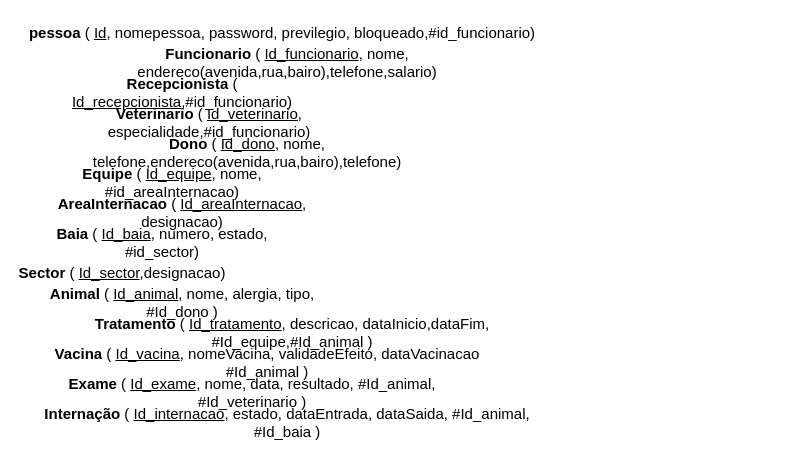
Before: page "Mapeamento" (2 of 8) of modelagem_banco-de-dados/ClinicaVeterianaria.drawio in JeanJacquesNS/clinica-veterinaria, a draw.io diagram. Source tidied: cells renumbered, new cells numbered last; positions are measured from the earlier drawing's top-left corner, leaving out a move shared by most shapes. Both pictures are drawn from the tidied source at 100%, with x=0, y=0 at pixel (17, 17).
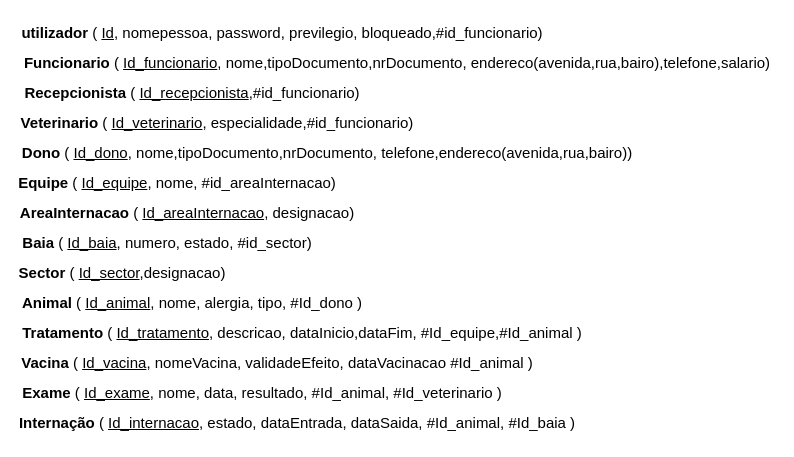
The same page after the edit.

What changed in the source:
```diff
@@
 <mxGraphModel>
   <root>
     <mxCell id="0" />
     <mxCell id="1" parent="0" />
-    <mxCell id="2" value="&lt;b&gt;pessoa&lt;/b&gt; ( &lt;u&gt;Id&lt;/u&gt;, nomepessoa, password, previlegio, bloqueado,#id_funcionario)" style="text;html=1;strokeColor=none;fillColor=none;align=center;verticalAlign=middle;whiteSpace=wrap;rounded=0;fontSize=15;" parent="1" vertex="1">
+    <mxCell id="2" value="&lt;b&gt;utilizador&lt;/b&gt; ( &lt;u&gt;Id&lt;/u&gt;, nomepessoa, password, previlegio, bloqueado,#id_funcionario)" style="text;html=1;strokeColor=none;fillColor=none;align=center;verticalAlign=middle;whiteSpace=wrap;rounded=0;fontSize=15;" parent="1" vertex="1">
       <mxGeometry width="530" height="30" as="geometry" />
     </mxCell>
-    <mxCell id="3" value="&lt;b&gt;Funcionario&lt;/b&gt; ( &lt;u&gt;Id_funcionario&lt;/u&gt;, nome, endereco(avenida,rua,bairo),telefone,salario)" style="text;html=1;strokeColor=none;fillColor=none;align=center;verticalAlign=middle;whiteSpace=wrap;rounded=0;fontSize=15;" parent="1" vertex="1">
-      <mxGeometry y="30" width="540" height="30" as="geometry" />
+    <mxCell id="3" value="&lt;b&gt;Funcionario&lt;/b&gt; ( &lt;u&gt;Id_funcionario&lt;/u&gt;, nome,tipoDocumento,nrDocumento, endereco(avenida,rua,bairo),telefone,salario)" style="text;html=1;strokeColor=none;fillColor=none;align=center;verticalAlign=middle;whiteSpace=wrap;rounded=0;fontSize=15;" parent="1" vertex="1">
+      <mxGeometry y="30" width="760" height="30" as="geometry" />
     </mxCell>
-    <mxCell id="4" value="&lt;b&gt;Dono&lt;/b&gt; ( &lt;u&gt;Id_dono&lt;/u&gt;, nome, telefone,endereco(avenida,rua,bairo),telefone)" style="text;html=1;strokeColor=none;fillColor=none;align=center;verticalAlign=middle;whiteSpace=wrap;rounded=0;fontSize=15;" parent="1" vertex="1">
-      <mxGeometry y="120" width="460" height="30" as="geometry" />
+    <mxCell id="4" value="&lt;b&gt;Dono&lt;/b&gt; ( &lt;u&gt;Id_dono&lt;/u&gt;, nome,tipoDocumento,nrDocumento, telefone,endereco(avenida,rua,bairo))" style="text;html=1;strokeColor=none;fillColor=none;align=center;verticalAlign=middle;whiteSpace=wrap;rounded=0;fontSize=15;" parent="1" vertex="1">
+      <mxGeometry y="120" width="620" height="30" as="geometry" />
     </mxCell>
     <mxCell id="5" value="&lt;b&gt;Recepcionista&lt;/b&gt; ( &lt;u&gt;Id_recepcionista&lt;/u&gt;,#id_funcionario)" style="text;html=1;strokeColor=none;fillColor=none;align=center;verticalAlign=middle;whiteSpace=wrap;rounded=0;fontSize=15;" parent="1" vertex="1">
-      <mxGeometry y="60" width="330" height="30" as="geometry" />
+      <mxGeometry y="60" width="350" height="30" as="geometry" />
     </mxCell>
     <mxCell id="6" value="&lt;b&gt;Veterinario&lt;/b&gt; ( &lt;u&gt;Id_veterinario&lt;/u&gt;, especialidade,#id_funcionario)" style="text;html=1;strokeColor=none;fillColor=none;align=center;verticalAlign=middle;whiteSpace=wrap;rounded=0;fontSize=15;" parent="1" vertex="1">
-      <mxGeometry y="90" width="384" height="30" as="geometry" />
+      <mxGeometry y="90" width="400" height="30" as="geometry" />
     </mxCell>
     <mxCell id="7" value="&lt;b&gt;Equipe&lt;/b&gt; ( &lt;u&gt;Id_equipe&lt;/u&gt;, nome, #id_areaInternacao)" style="text;html=1;strokeColor=none;fillColor=none;align=center;verticalAlign=middle;whiteSpace=wrap;rounded=0;fontSize=15;" parent="1" vertex="1">
-      <mxGeometry y="150" width="310" height="30" as="geometry" />
+      <mxGeometry y="150" width="320" height="30" as="geometry" />
     </mxCell>
     <mxCell id="8" value="&lt;b&gt;AreaInternacao&lt;/b&gt; ( &lt;u&gt;Id_areaInternacao&lt;/u&gt;, designacao)" style="text;html=1;strokeColor=none;fillColor=none;align=center;verticalAlign=middle;whiteSpace=wrap;rounded=0;fontSize=15;" parent="1" vertex="1">
-      <mxGeometry y="180" width="330" height="30" as="geometry" />
+      <mxGeometry y="180" width="340" height="30" as="geometry" />
     </mxCell>
     <mxCell id="9" value="&lt;b&gt;Baia&lt;/b&gt; ( &lt;u&gt;Id_baia&lt;/u&gt;, numero, estado, #id_sector)" style="text;html=1;strokeColor=none;fillColor=none;align=center;verticalAlign=middle;whiteSpace=wrap;rounded=0;fontSize=15;" parent="1" vertex="1">
-      <mxGeometry y="210" width="290" height="30" as="geometry" />
+      <mxGeometry y="210" width="300" height="30" as="geometry" />
     </mxCell>
     <mxCell id="10" value="&lt;b&gt;Sector&lt;/b&gt; ( &lt;u&gt;Id_sector&lt;/u&gt;,designacao)" style="text;html=1;strokeColor=none;fillColor=none;align=center;verticalAlign=middle;whiteSpace=wrap;rounded=0;fontSize=15;" parent="1" vertex="1">
       <mxGeometry y="240" width="210" height="30" as="geometry" />
     </mxCell>
     <mxCell id="11" value="&lt;b&gt;Animal&lt;/b&gt; ( &lt;u&gt;Id_animal&lt;/u&gt;, nome, alergia, tipo, #Id_dono )" style="text;html=1;strokeColor=none;fillColor=none;align=center;verticalAlign=middle;whiteSpace=wrap;rounded=0;fontSize=15;" parent="1" vertex="1">
-      <mxGeometry y="270" width="330" height="30" as="geometry" />
+      <mxGeometry y="270" width="350" height="30" as="geometry" />
     </mxCell>
     <mxCell id="12" value="&lt;b&gt;Tratamento&lt;/b&gt; ( &lt;u&gt;Id_tratamento&lt;/u&gt;, descricao, dataInicio,dataFim, #Id_equipe,#Id_animal )" style="text;html=1;strokeColor=none;fillColor=none;align=center;verticalAlign=middle;whiteSpace=wrap;rounded=0;fontSize=15;" parent="1" vertex="1">
-      <mxGeometry y="300" width="550" height="30" as="geometry" />
+      <mxGeometry y="300" width="570" height="30" as="geometry" />
     </mxCell>
     <mxCell id="13" value="&lt;b&gt;Vacina&lt;/b&gt; ( &lt;u&gt;Id_vacina&lt;/u&gt;, nomeVacina, validadeEfeito, dataVacinacao #Id_animal )" style="text;html=1;strokeColor=none;fillColor=none;align=center;verticalAlign=middle;whiteSpace=wrap;rounded=0;fontSize=15;" parent="1" vertex="1">
-      <mxGeometry y="330" width="500" height="30" as="geometry" />
+      <mxGeometry y="330" width="520" height="30" as="geometry" />
     </mxCell>
     <mxCell id="14" value="&lt;b&gt;Exame&lt;/b&gt; ( &lt;u&gt;Id_exame&lt;/u&gt;, nome, data, resultado, #Id_animal, #Id_veterinario )" style="text;html=1;strokeColor=none;fillColor=none;align=center;verticalAlign=middle;whiteSpace=wrap;rounded=0;fontSize=15;" parent="1" vertex="1">
-      <mxGeometry y="360" width="470" height="30" as="geometry" />
+      <mxGeometry y="360" width="490" height="30" as="geometry" />
     </mxCell>
     <mxCell id="15" value="&lt;b&gt;Internação&lt;/b&gt; ( &lt;u&gt;Id_internacao&lt;/u&gt;, estado, dataEntrada, dataSaida, #Id_animal, #Id_baia )" style="text;html=1;strokeColor=none;fillColor=none;align=center;verticalAlign=middle;whiteSpace=wrap;rounded=0;fontSize=15;" parent="1" vertex="1">
-      <mxGeometry y="390" width="540" height="30" as="geometry" />
+      <mxGeometry y="390" width="560" height="30" as="geometry" />
     </mxCell>
   </root>
 </mxGraphModel>
```
